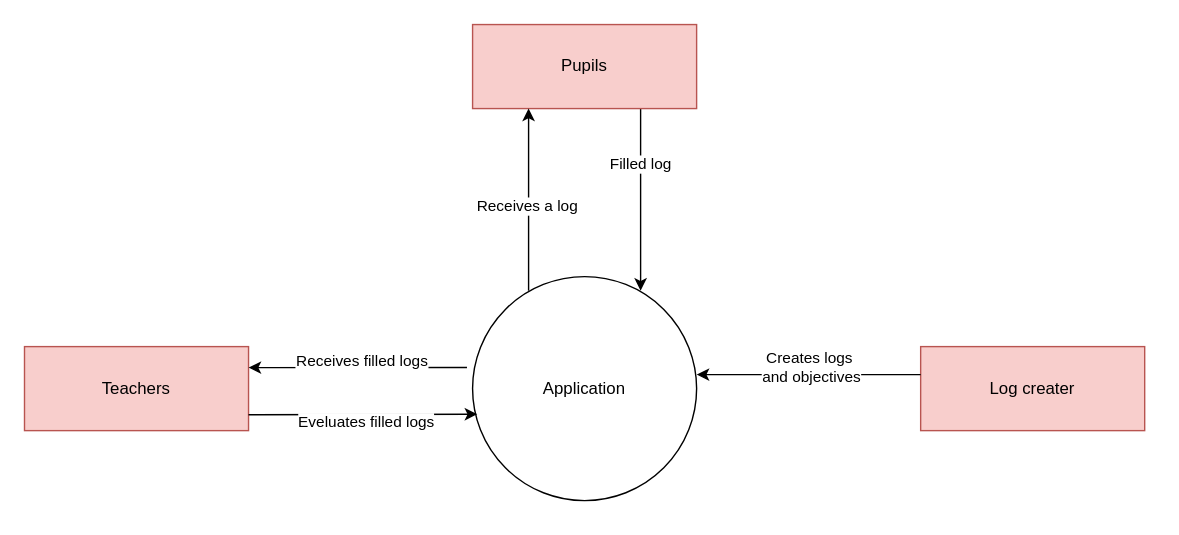
Above: docs/software-guidebook/assets/context-diagram.svg in Rowan-Paul/HANAIM-DWA-Rekenlogboek (draw.io), before the change. Source tidied: cells renumbered, new cells last; positions are measured from the earlier drawing's top-left corner, leaving out a move shared by most shapes. Its diagram source:
```xml
<mxGraphModel>
  <root>
    <mxCell id="0" />
    <mxCell id="1" parent="0" />
    <mxCell id="2" value="Application" style="ellipse;whiteSpace=wrap;html=1;" parent="1" vertex="1">
      <mxGeometry x="320" y="180" width="160" height="160" as="geometry" />
    </mxCell>
    <mxCell id="3" style="edgeStyle=orthogonalEdgeStyle;rounded=0;jettySize=auto;html=1;exitX=0.75;exitY=1;exitDx=0;exitDy=0;entryX=0.75;entryY=0.063;entryDx=0;entryDy=0;entryPerimeter=0;startArrow=none;startFill=0;endArrow=classic;endFill=1;" parent="1" edge="1" source="5" target="2">
      <mxGeometry relative="1" as="geometry" />
    </mxCell>
    <mxCell id="4" value="Filled log" style="edgeLabel;html=1;align=center;verticalAlign=middle;" parent="3" vertex="1">
      <mxGeometry x="0.06" y="2" relative="1" as="geometry">
        <mxPoint x="-2" y="-29.1" as="offset" />
      </mxGeometry>
    </mxCell>
    <mxCell id="5" value="Pupils" style="rounded=0;whiteSpace=wrap;html=1;fillColor=#f8cecc;strokeColor=#b85450;" parent="1" vertex="1">
      <mxGeometry x="320" width="160" height="60" as="geometry" />
    </mxCell>
    <mxCell id="6" style="endArrow=none;html=1;exitX=0.25;exitY=1;exitDx=0;exitDy=0;entryX=0.25;entryY=0.063;entryDx=0;entryDy=0;entryPerimeter=0;endFill=0;startArrow=classic;startFill=1;" parent="1" edge="1" source="5" target="2">
      <mxGeometry relative="1" as="geometry" />
    </mxCell>
    <mxCell id="7" value="Receives a log" style="edgeLabel;html=1;align=center;verticalAlign=middle;" parent="6" vertex="1">
      <mxGeometry x="-0.13" y="-1" relative="1" as="geometry">
        <mxPoint y="12.9" as="offset" />
      </mxGeometry>
    </mxCell>
    <mxCell id="8" value="Teachers" style="rounded=0;whiteSpace=wrap;html=1;fillColor=#f8cecc;strokeColor=#b85450;" parent="1" vertex="1">
      <mxGeometry y="230" width="160" height="60" as="geometry" />
    </mxCell>
    <mxCell id="9" style="endArrow=none;html=1;exitX=1;exitY=0.25;exitDx=0;exitDy=0;entryX=-0.025;entryY=0.406;entryDx=0;entryDy=0;entryPerimeter=0;endFill=0;startArrow=classic;startFill=1;" parent="1" edge="1" source="8" target="2">
      <mxGeometry relative="1" as="geometry" />
    </mxCell>
    <mxCell id="10" value="Receives filled logs" style="edgeLabel;html=1;align=center;verticalAlign=middle;" parent="9" vertex="1">
      <mxGeometry x="-0.13" y="-1" relative="1" as="geometry">
        <mxPoint x="12" y="-6" as="offset" />
      </mxGeometry>
    </mxCell>
    <mxCell id="11" style="endArrow=classic;html=1;exitX=0.992;exitY=0.811;exitDx=0;exitDy=0;endFill=1;startArrow=none;startFill=0;entryX=0.013;entryY=0.614;entryDx=0;entryDy=0;entryPerimeter=0;exitPerimeter=0;" parent="1" edge="1">
      <mxGeometry relative="1" as="geometry">
        <mxPoint x="160" y="278.7" as="sourcePoint" />
        <mxPoint x="323.4" y="278.2" as="targetPoint" />
      </mxGeometry>
    </mxCell>
    <mxCell id="12" value="Eveluates filled logs" style="edgeLabel;html=1;align=center;verticalAlign=middle;" parent="11" vertex="1">
      <mxGeometry x="-0.13" y="-1" relative="1" as="geometry">
        <mxPoint x="12" y="4.5" as="offset" />
      </mxGeometry>
    </mxCell>
    <mxCell id="13" value="Log creater" style="rounded=0;whiteSpace=wrap;html=1;fillColor=#f8cecc;strokeColor=#b85450;" parent="1" vertex="1">
      <mxGeometry x="640" y="230" width="160" height="60" as="geometry" />
    </mxCell>
    <mxCell id="14" style="endArrow=none;html=1;entryX=0;entryY=0.25;entryDx=0;entryDy=0;endFill=0;startArrow=classic;startFill=1;" parent="1" edge="1">
      <mxGeometry relative="1" as="geometry">
        <mxPoint x="480" y="250" as="sourcePoint" />
        <mxPoint x="640" y="250" as="targetPoint" />
      </mxGeometry>
    </mxCell>
    <mxCell id="15" value="Creates logs&amp;nbsp;&lt;br&gt;and objectives" style="edgeLabel;html=1;align=center;verticalAlign=middle;" parent="14" vertex="1">
      <mxGeometry x="-0.13" y="-1" relative="1" as="geometry">
        <mxPoint x="12" y="-6" as="offset" />
      </mxGeometry>
    </mxCell>
  </root>
</mxGraphModel>
```
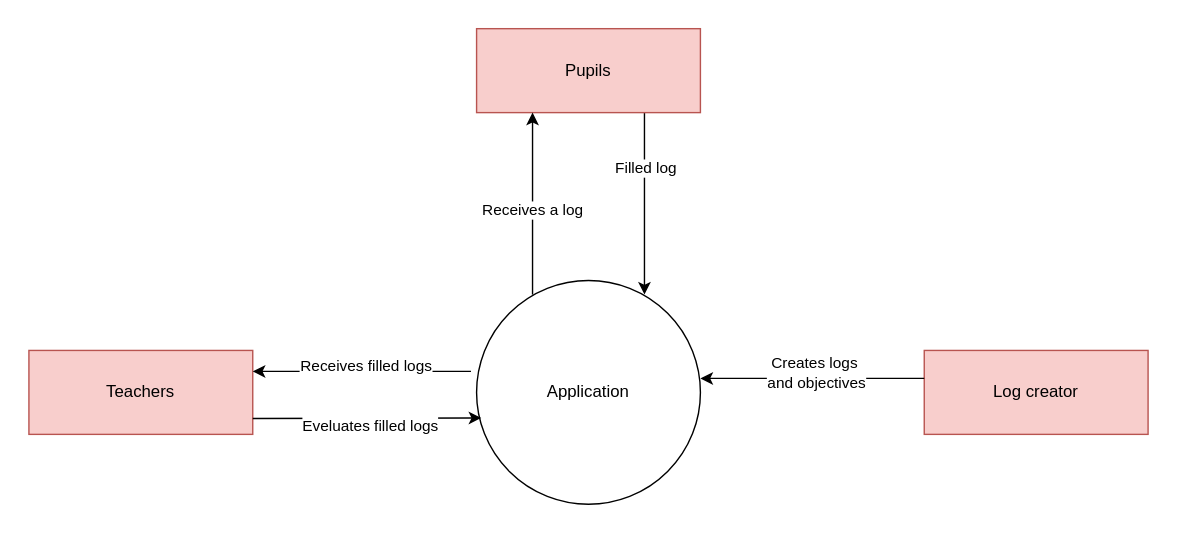
The same file after the commit.

Commit message:
Added task to table

The edit, as a diff of the source:
```diff
@@ -5,10 +5,10 @@
     <mxCell id="2" value="Application" style="ellipse;whiteSpace=wrap;html=1;" parent="1" vertex="1">
       <mxGeometry x="320" y="180" width="160" height="160" as="geometry" />
     </mxCell>
-    <mxCell id="3" style="edgeStyle=orthogonalEdgeStyle;rounded=0;jettySize=auto;html=1;exitX=0.75;exitY=1;exitDx=0;exitDy=0;entryX=0.75;entryY=0.063;entryDx=0;entryDy=0;entryPerimeter=0;startArrow=none;startFill=0;endArrow=classic;endFill=1;" parent="1" edge="1" source="5" target="2">
-      <mxGeometry relative="1" as="geometry" />
-    </mxCell>
+    <mxCell id="16" style="edgeStyle=orthogonalEdgeStyle;rounded=0;jettySize=auto;html=1;exitX=0.75;exitY=1;exitDx=0;exitDy=0;entryX=0.75;entryY=0.063;entryDx=0;entryDy=0;entryPerimeter=0;startArrow=none;startFill=0;endArrow=classic;endFill=1;" parent="1" edge="1" source="5" target="2">
+      <mxGeometry relative="1" as="geometry" />
+    </mxCell>
-    <mxCell id="4" value="Filled log" style="edgeLabel;html=1;align=center;verticalAlign=middle;" parent="3" vertex="1">
+    <mxCell id="4" value="Filled log" style="edgeLabel;html=1;align=center;verticalAlign=middle;" parent="16" vertex="1">
       <mxGeometry x="0.06" y="2" relative="1" as="geometry">
         <mxPoint x="-2" y="-29.1" as="offset" />
       </mxGeometry>
@@ -16,10 +16,10 @@
     <mxCell id="5" value="Pupils" style="rounded=0;whiteSpace=wrap;html=1;fillColor=#f8cecc;strokeColor=#b85450;" parent="1" vertex="1">
       <mxGeometry x="320" width="160" height="60" as="geometry" />
     </mxCell>
-    <mxCell id="6" style="endArrow=none;html=1;exitX=0.25;exitY=1;exitDx=0;exitDy=0;entryX=0.25;entryY=0.063;entryDx=0;entryDy=0;entryPerimeter=0;endFill=0;startArrow=classic;startFill=1;" parent="1" edge="1" source="5" target="2">
-      <mxGeometry relative="1" as="geometry" />
-    </mxCell>
+    <mxCell id="17" style="endArrow=none;html=1;exitX=0.25;exitY=1;exitDx=0;exitDy=0;entryX=0.25;entryY=0.063;entryDx=0;entryDy=0;entryPerimeter=0;endFill=0;startArrow=classic;startFill=1;" parent="1" edge="1" source="5" target="2">
+      <mxGeometry relative="1" as="geometry" />
+    </mxCell>
-    <mxCell id="7" value="Receives a log" style="edgeLabel;html=1;align=center;verticalAlign=middle;" parent="6" vertex="1">
+    <mxCell id="7" value="Receives a log" style="edgeLabel;html=1;align=center;verticalAlign=middle;" parent="17" vertex="1">
       <mxGeometry x="-0.13" y="-1" relative="1" as="geometry">
         <mxPoint y="12.9" as="offset" />
       </mxGeometry>
@@ -35,27 +35,27 @@
         <mxPoint x="12" y="-6" as="offset" />
       </mxGeometry>
     </mxCell>
-    <mxCell id="11" style="endArrow=classic;html=1;exitX=0.992;exitY=0.811;exitDx=0;exitDy=0;endFill=1;startArrow=none;startFill=0;entryX=0.013;entryY=0.614;entryDx=0;entryDy=0;entryPerimeter=0;exitPerimeter=0;" parent="1" edge="1">
-      <mxGeometry relative="1" as="geometry">
-        <mxPoint x="160" y="278.7" as="sourcePoint" />
-        <mxPoint x="323.4" y="278.2" as="targetPoint" />
-      </mxGeometry>
-    </mxCell>
+    <mxCell id="18" style="endArrow=classic;html=1;exitX=0.992;exitY=0.811;exitDx=0;exitDy=0;endFill=1;startArrow=none;startFill=0;entryX=0.013;entryY=0.614;entryDx=0;entryDy=0;entryPerimeter=0;exitPerimeter=0;" parent="1" edge="1">
+      <mxGeometry relative="1" as="geometry">
+        <mxPoint x="160" y="278.7" as="sourcePoint" />
+        <mxPoint x="323.4" y="278.2" as="targetPoint" />
+      </mxGeometry>
+    </mxCell>
-    <mxCell id="12" value="Eveluates filled logs" style="edgeLabel;html=1;align=center;verticalAlign=middle;" parent="11" vertex="1">
+    <mxCell id="12" value="Eveluates filled logs" style="edgeLabel;html=1;align=center;verticalAlign=middle;" parent="18" vertex="1">
       <mxGeometry x="-0.13" y="-1" relative="1" as="geometry">
         <mxPoint x="12" y="4.5" as="offset" />
       </mxGeometry>
     </mxCell>
-    <mxCell id="13" value="Log creater" style="rounded=0;whiteSpace=wrap;html=1;fillColor=#f8cecc;strokeColor=#b85450;" parent="1" vertex="1">
-      <mxGeometry x="640" y="230" width="160" height="60" as="geometry" />
-    </mxCell>
-    <mxCell id="14" style="endArrow=none;html=1;entryX=0;entryY=0.25;entryDx=0;entryDy=0;endFill=0;startArrow=classic;startFill=1;" parent="1" edge="1">
-      <mxGeometry relative="1" as="geometry">
-        <mxPoint x="480" y="250" as="sourcePoint" />
-        <mxPoint x="640" y="250" as="targetPoint" />
-      </mxGeometry>
-    </mxCell>
+    <mxCell id="19" value="Log creator" style="rounded=0;whiteSpace=wrap;html=1;fillColor=#f8cecc;strokeColor=#b85450;" parent="1" vertex="1">
+      <mxGeometry x="640" y="230" width="160" height="60" as="geometry" />
+    </mxCell>
+    <mxCell id="20" style="endArrow=none;html=1;entryX=0;entryY=0.25;entryDx=0;entryDy=0;endFill=0;startArrow=classic;startFill=1;" parent="1" edge="1">
+      <mxGeometry relative="1" as="geometry">
+        <mxPoint x="480" y="250" as="sourcePoint" />
+        <mxPoint x="640" y="250" as="targetPoint" />
+      </mxGeometry>
+    </mxCell>
-    <mxCell id="15" value="Creates logs&amp;nbsp;&lt;br&gt;and objectives" style="edgeLabel;html=1;align=center;verticalAlign=middle;" parent="14" vertex="1">
+    <mxCell id="15" value="Creates logs&amp;nbsp;&lt;br&gt;and objectives" style="edgeLabel;html=1;align=center;verticalAlign=middle;" parent="20" vertex="1">
       <mxGeometry x="-0.13" y="-1" relative="1" as="geometry">
         <mxPoint x="12" y="-6" as="offset" />
       </mxGeometry>
```
